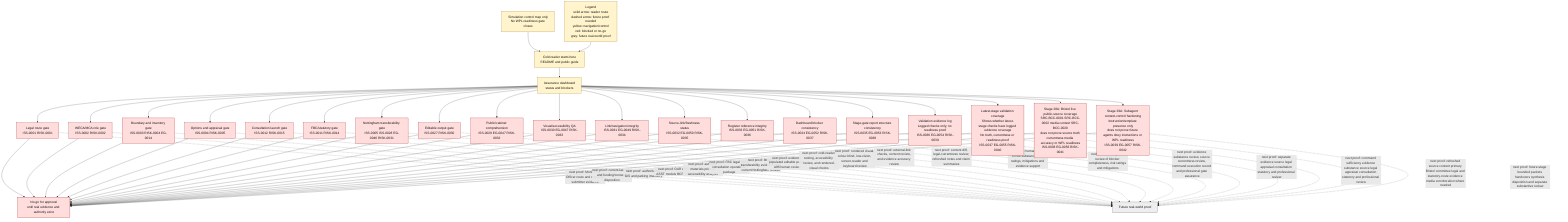
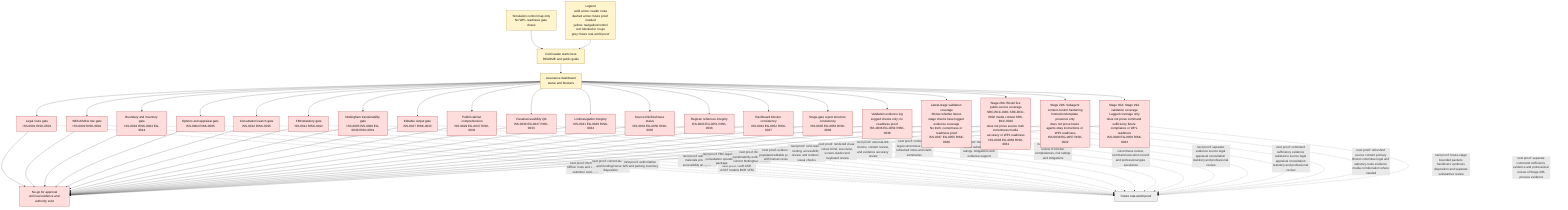
flowchart TD
    Caption["Simulation control map only<br/>No WPL readiness gate closes"]
    Legend["Legend<br/>solid arrow: reader route<br/>dashed arrow: future proof needed<br/>yellow: navigation/control<br/>red: blocked or no-go<br/>grey: future real-world proof"]
    Caption --> Start
    Legend --> Start
    Start["Cold reader starts here<br/>README and public guide"] --> Dash["Assurance dashboard<br/>status and blockers"]
    Dash --> Legal["Legal route gate<br/>ISS-0001 RISK-0001"]
    Dash --> WECA["WECA/MCA role gate<br/>ISS-0002 RISK-0002"]
    Dash --> Spatial["Boundary and inventory gate<br/>ISS-0003 RISK-0004 EG-0014"]
    Dash --> Appraisal["Options and appraisal gate<br/>ISS-0004 RISK-0005"]
    Dash --> Consult["Consultation launch gate<br/>ISS-0012 RISK-0015"]
    Dash --> FBC["FBC/statutory gate<br/>ISS-0011 RISK-0014"]
    Dash --> Nottingham["Nottingham transferability gate<br/>ISS-0005 ISS-0028 EG-0046 RISK-0031"]
    Dash --> Authoring["Editable output gate<br/>ISS-0027 RISK-0030"]
    Dash --> Comprehension["Public/cabinet comprehension<br/>ISS-0029 EG-0047 RISK-0032"]
    Dash --> VisualQA["Visual/accessibility QA<br/>ISS-0030 EG-0047 RISK-0033"]
    Dash --> NavigationQA["Link/navigation integrity<br/>ISS-0031 EG-0049 RISK-0034"]
    Dash --> SourceFreshness["Source-link/freshness status<br/>ISS-0032 EG-0050 RISK-0035"]
    Dash --> RegisterIntegrity["Register reference integrity<br/>ISS-0033 EG-0051 RISK-0036"]
    Dash --> DashboardConsistency["Dashboard blocker consistency<br/>ISS-0034 EG-0052 RISK-0037"]
    Dash --> GateReportQA["Stage-gate report structure consistency<br/>ISS-0035 EG-0053 RISK-0038"]
    Dash --> ValidationEvidence["Validation evidence log<br/>Logged checks only; no readiness proof<br/>ISS-0036 EG-0054 RISK-0039"]
    Dash --> ValidationCoverage["Latest-stage validation coverage<br/>Shows whether latest-stage checks have logged evidence coverage<br/>No truth, currentness or readiness proof<br/>ISS-0037 EG-0055 RISK-0040"]
    Dash --> BristolPublicSources["Stage 28A: Bristol live public-source coverage<br/>SRC-BCC-0001 SRC-BCC-0002 media context SRC-BCC-0020<br/>does not prove source truth currentness media accuracy or WPL readiness<br/>ISS-0038 EG-0056 RISK-0041"]
    Dash --> SubagentContextControl["Stage 29A: Subagent context-control hardening<br/>Instruction/template presence only<br/>does not prove future agents obey instructions or WPL readiness<br/>ISS-0039 EG-0057 RISK-0042"]
+     Dash --> Stage29ValidationCoverage["Stage 30A: Stage 29A validation coverage<br/>Lagged coverage only<br/>does not prove command sufficiency future compliance or WPL readiness<br/>ISS-0040 EG-0058 RISK-0043"]

    Legal --> NoGo["No-go for approval<br/>until real evidence and authority exist"]
    WECA --> NoGo
    Spatial --> NoGo
    Appraisal --> NoGo
    Consult --> NoGo
    FBC --> NoGo
    Nottingham --> NoGo
    Authoring --> NoGo
    Comprehension --> NoGo
    VisualQA --> NoGo
    NavigationQA --> NoGo
    SourceFreshness --> NoGo
    RegisterIntegrity --> NoGo
    DashboardConsistency --> NoGo
    GateReportQA --> NoGo
    ValidationEvidence --> NoGo
    ValidationCoverage --> NoGo
    BristolPublicSources --> NoGo
    SubagentContextControl --> NoGo
+     Stage29ValidationCoverage --> NoGo

    Legal -. "next proof: Monitoring Officer route and statutory submitter evidence" .-> Proof["Future real-world proof"]
    WECA -. "next proof: current-law role and funding/consent disposition" .-> Proof
    Spatial -. "next proof: authoritative GIS and parking inventory" .-> Proof
    Appraisal -. "next proof: OAR ASR ASST models BCR VFM" .-> Proof
    Consult -. "next proof: authority materials privacy accessibility analysis" .-> Proof
    FBC -. "next proof: FBC legal S151 consultation operations package" .-> Proof
    Nottingham -. "next proof: Bristol transferability evidence and current Nottingham refresh" .-> Proof
    Authoring -. "next proof: evidence-populated editable packs with human review" .-> Proof
    Comprehension -. "next proof: cold-reader testing, accessibility review, and rendered-visual checks" .-> Proof
    VisualQA -. "next proof: rendered visual, colour-blind, low-vision, screen-reader and keyboard review" .-> Proof
    NavigationQA -. "next proof: external-link checks, content review, and evidence accuracy review" .-> Proof
    SourceFreshness -. "next proof: content diff, legal-currentness review, refreshed notes and claim summaries" .-> Proof
    RegisterIntegrity -. "next proof: human review of row substance, risk ratings, mitigations and evidence support" .-> Proof
    DashboardConsistency -. "next proof: full register review of blocker completeness, risk ratings and mitigations" .-> Proof
    GateReportQA -. "next proof: evidence substance review, source currentness review, command execution record and professional gate assurance" .-> Proof
    ValidationEvidence -. "next proof: separate evidence source legal appraisal consultation statutory and professional review" .-> Proof
    ValidationCoverage -. "next proof: command sufficiency evidence substance source legal appraisal consultation statutory and professional review" .-> Proof
    BristolPublicSources -. "next proof: refreshed source content primary Bristol committee legal and statutory-route evidence media corroboration where needed" .-> Proof
    SubagentContextControl -. "next proof: future-stage bounded packets handovers synthesis disposition and separate substantive review" .-> Proof
+     Stage29ValidationCoverage -. "next proof: separate command sufficiency evidence and professional review of Stage 29A process evidence" .-> Proof

    classDef start fill:#ddf4ff,stroke:#005f99,color:#111111;
    classDef blocked fill:#ffdddd,stroke:#990000,color:#111111;
    classDef guide fill:#fff4cc,stroke:#996600,color:#111111;
    classDef future fill:#eeeeee,stroke:#555555,color:#111111;

    class Start,Dash,Caption,Legend guide;
-     class Legal,WECA,Spatial,Appraisal,Consult,FBC,Nottingham,Authoring,Comprehension,VisualQA,NavigationQA,SourceFreshness,RegisterIntegrity,DashboardConsistency,GateReportQA,ValidationEvidence,ValidationCoverage,BristolPublicSources,SubagentContextControl,NoGo blocked;
+     class Legal,WECA,Spatial,Appraisal,Consult,FBC,Nottingham,Authoring,Comprehension,VisualQA,NavigationQA,SourceFreshness,RegisterIntegrity,DashboardConsistency,GateReportQA,ValidationEvidence,ValidationCoverage,BristolPublicSources,SubagentContextControl,Stage29ValidationCoverage,NoGo blocked;
    class Proof future;
